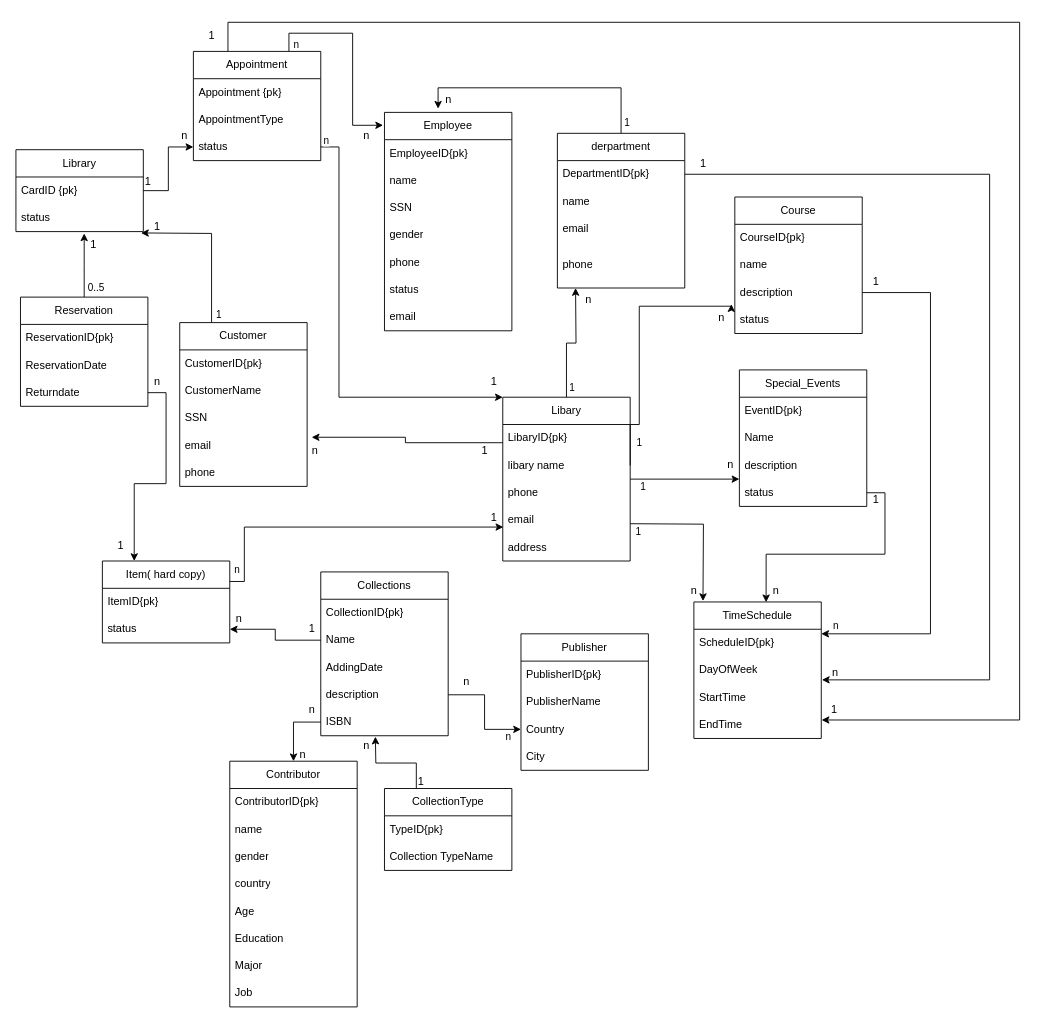
This is table_relations.drawio from Dovanvu09/LibraryManagement, a draw.io file, before an edit. Source tidied: cells renumbered, new cells numbered last; positions are measured from the earlier drawing's top-left corner, leaving out a move shared by most shapes. Both pictures are drawn from the tidied source at 91%, with x=0, y=0 at pixel (15, 22).
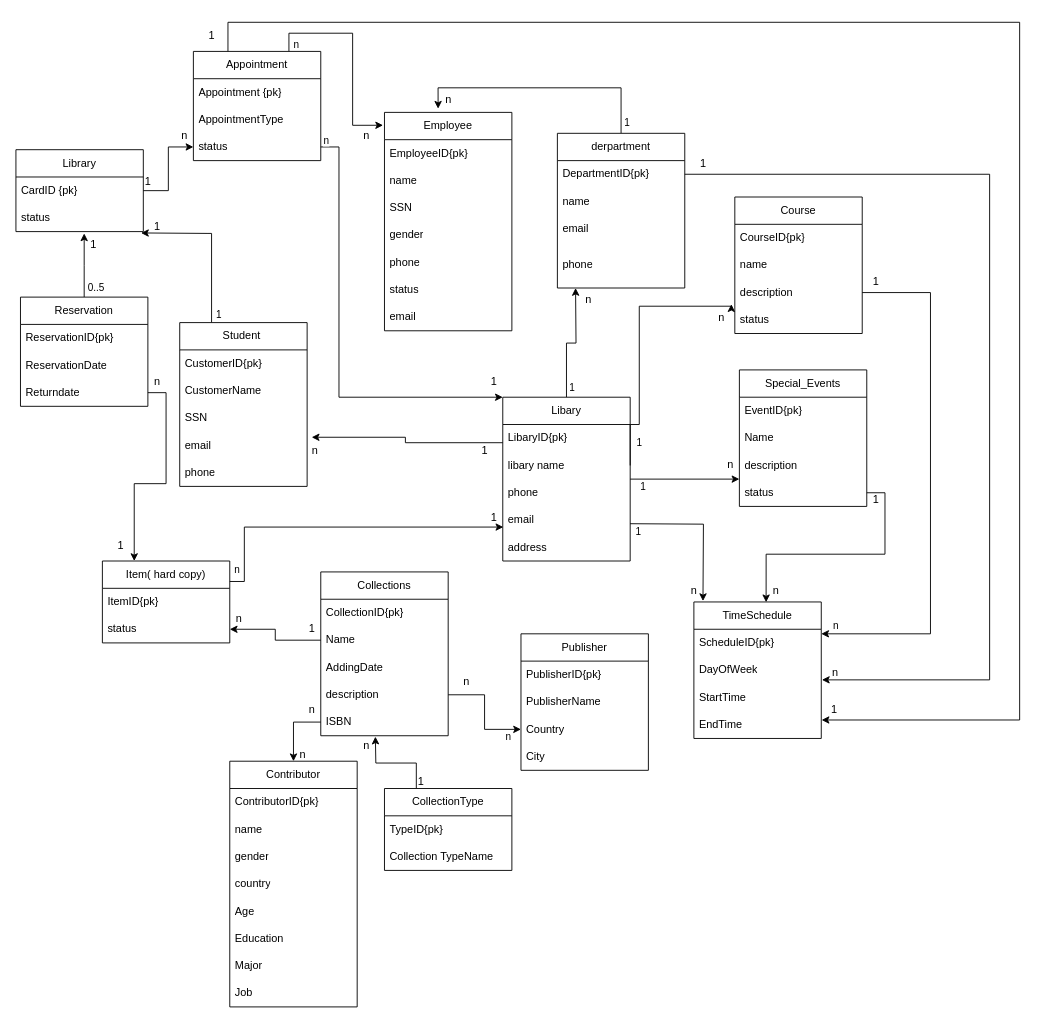
After the change.

Commit message:
Cập nhật table_relations.drawio

What changed in the source:
```diff
@@
-    <mxCell id="20" value="Customer" style="swimlane;fontStyle=0;horizontal=1;startSize=30;whiteSpace=wrap;html=1;" parent="1" vertex="1">
+    <mxCell id="20" value="Student&amp;nbsp;" style="swimlane;fontStyle=0;horizontal=1;startSize=30;whiteSpace=wrap;html=1;" parent="1" vertex="1">
       <mxGeometry x="180" y="330" width="140" height="180" as="geometry" />
     </mxCell>
```
